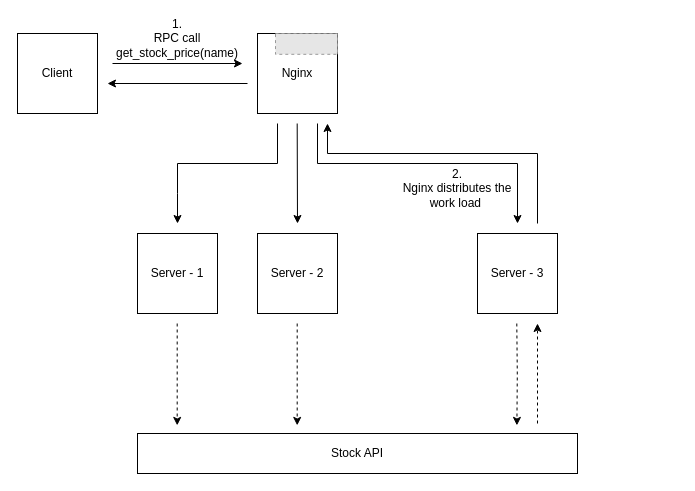
Earlier version of the draw.io diagram Diagrama sin título.drawio (Ties17/ADS-Group-16). Source tidied: cells renumbered, new cells numbered last; positions are measured from the earlier drawing's top-left corner, leaving out a move shared by most shapes. Both pictures are drawn from the tidied source at 100%, with x=0, y=0 at pixel (17, 23). Pictures stored in the file or linked from it are replaced by grey dashed boxes.
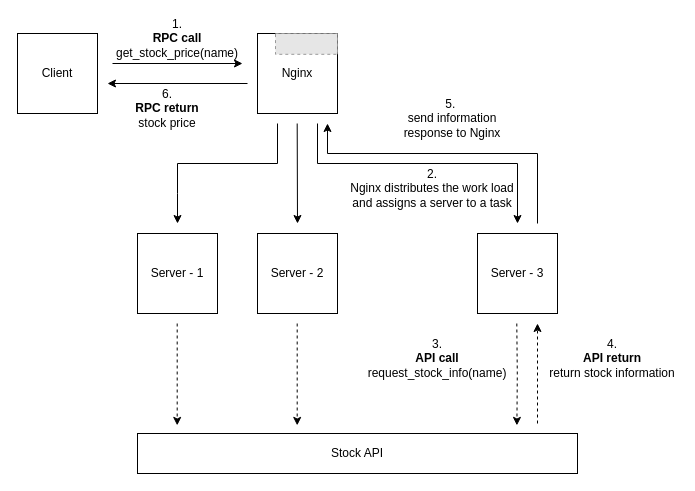
The same page after the edit.

The edit, as a diff of the source:
```diff
@@
-    <mxCell id="14" value="1.&lt;br&gt;RPC call get_stock_price(name)" style="text;html=1;strokeColor=none;fillColor=none;align=center;verticalAlign=middle;whiteSpace=wrap;rounded=0;" parent="1" vertex="1">
+    <mxCell id="14" value="1.&lt;br&gt;&lt;b&gt;RPC call&lt;/b&gt; get_stock_price(name)" style="text;html=1;strokeColor=none;fillColor=none;align=center;verticalAlign=middle;whiteSpace=wrap;rounded=0;" parent="1" vertex="1">
       <mxGeometry x="130" width="60" height="30" as="geometry" />
     </mxCell>
-    <mxCell id="15" value="2.&lt;br&gt;Nginx distributes the work load&amp;nbsp;" style="text;html=1;strokeColor=none;fillColor=none;align=center;verticalAlign=middle;whiteSpace=wrap;rounded=0;" parent="1" vertex="1">
-      <mxGeometry x="380" y="150" width="120" height="30" as="geometry" />
+    <mxCell id="15" value="2.&lt;br&gt;Nginx distributes the work load and assigns a server to a task" style="text;html=1;strokeColor=none;fillColor=none;align=center;verticalAlign=middle;whiteSpace=wrap;rounded=0;" parent="1" vertex="1">
+      <mxGeometry x="330" y="150" width="170" height="30" as="geometry" />
     </mxCell>
@@
+    <mxCell id="21" value="3.&lt;br&gt;&lt;b&gt;API call&lt;/b&gt; request_stock_info(name)" style="text;html=1;strokeColor=none;fillColor=none;align=center;verticalAlign=middle;whiteSpace=wrap;rounded=0;" parent="1" vertex="1">
+      <mxGeometry x="390" y="320" width="60" height="30" as="geometry" />
+    </mxCell>
+    <mxCell id="22" value="4.&lt;br&gt;&lt;b&gt;API return&lt;/b&gt; &lt;br&gt;return stock information" style="text;html=1;strokeColor=none;fillColor=none;align=center;verticalAlign=middle;whiteSpace=wrap;rounded=0;" parent="1" vertex="1">
+      <mxGeometry x="530" y="320" width="130" height="30" as="geometry" />
+    </mxCell>
+    <mxCell id="23" value="6.&lt;br&gt;&lt;b&gt;RPC return&lt;/b&gt; stock price" style="text;html=1;strokeColor=none;fillColor=none;align=center;verticalAlign=middle;whiteSpace=wrap;rounded=0;" parent="1" vertex="1">
+      <mxGeometry x="110" y="70" width="80" height="30" as="geometry" />
+    </mxCell>
+    <mxCell id="24" value="5.&amp;nbsp;&lt;br&gt;send information response to Nginx" style="text;html=1;strokeColor=none;fillColor=none;align=center;verticalAlign=middle;whiteSpace=wrap;rounded=0;" parent="1" vertex="1">
+      <mxGeometry x="370" y="80" width="130" height="30" as="geometry" />
+    </mxCell>
```
